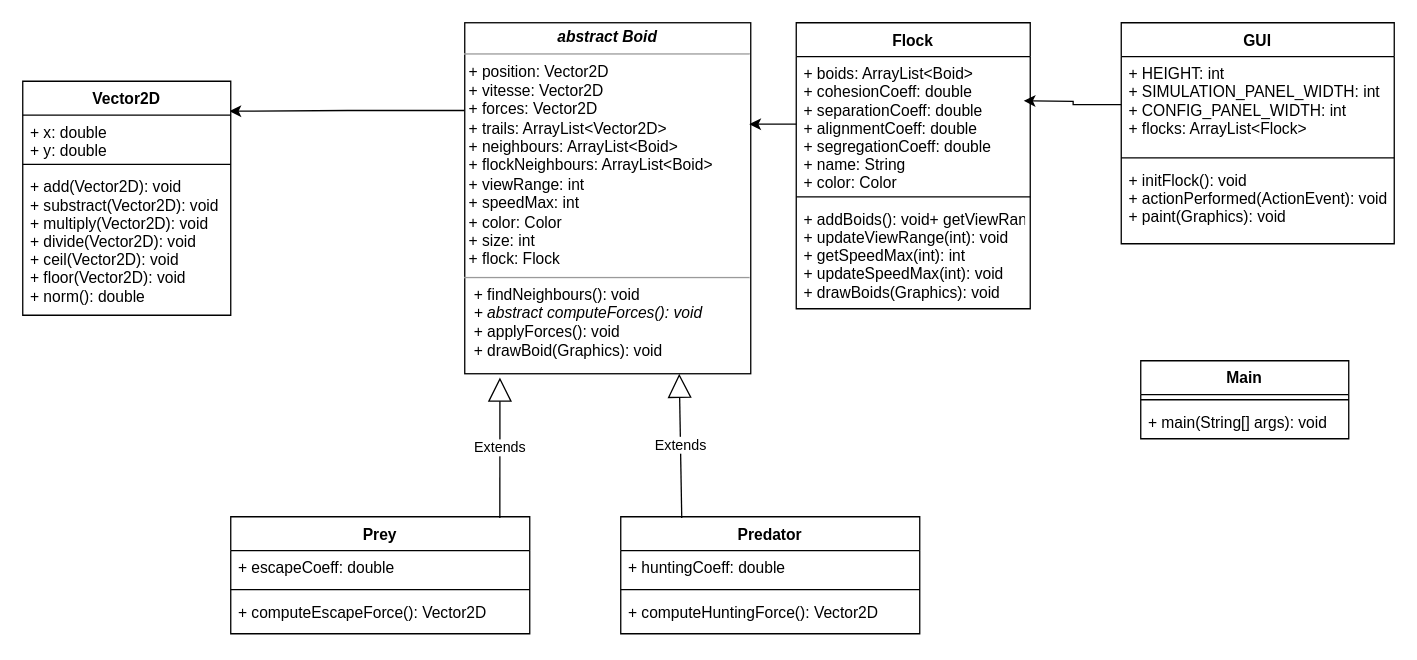
Before: UML.drawio in swan-maillard/INSA-2A-BandeOriganisee, a draw.io diagram. Source tidied: cells renumbered, new cells numbered last; positions are measured from the earlier drawing's top-left corner, leaving out a move shared by most shapes. Both pictures are drawn from the tidied source at 130%, with x=0, y=0 at pixel (22, 22).
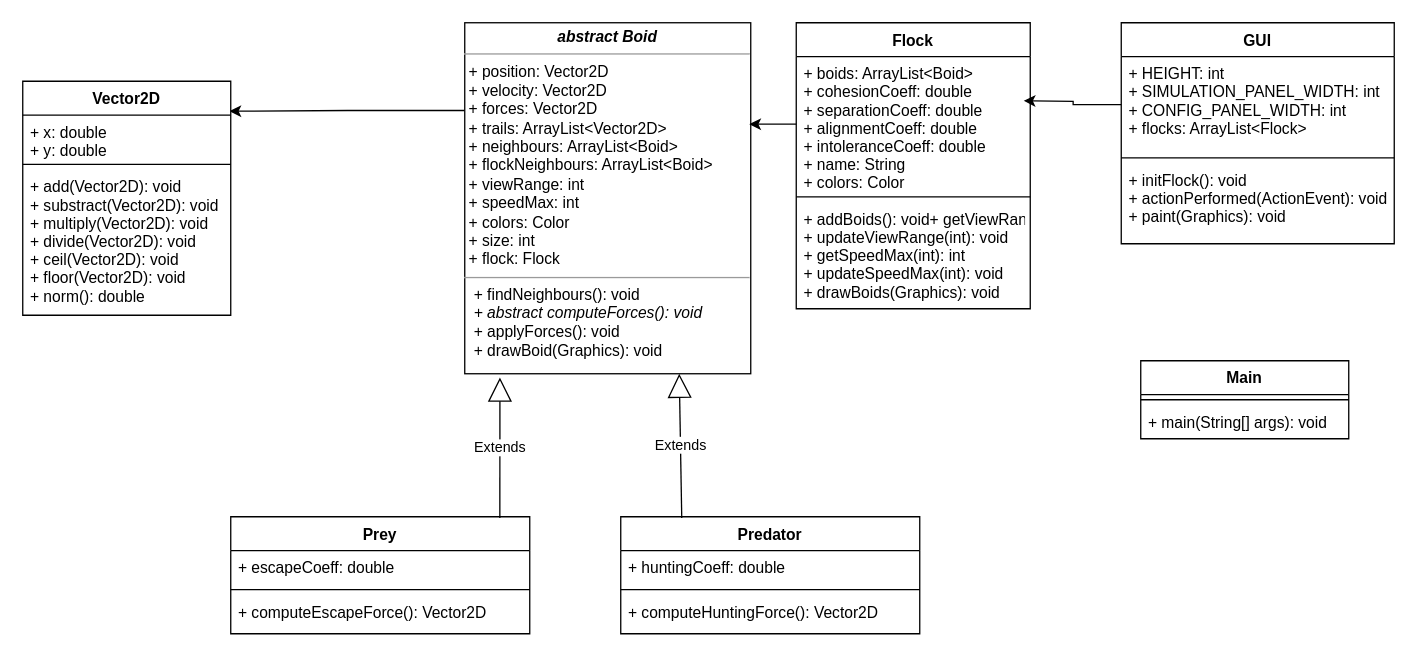
The same page after the edit.

The change refers to these unchanged cells:
```xml
<mxCell id="6" value="Flock" style="swimlane;fontStyle=1;align=center;verticalAlign=top;horizontal=1;startSize=26;" parent="1" vertex="1">
  <mxGeometry x="595" width="180" height="220" as="geometry" />
</mxCell>
```

Change to the diagram source:
```diff
@@
-    <mxCell id="7" value="+ boids: ArrayList&lt;Boid&gt;&#10;+ cohesionCoeff: double&#10;+ separationCoeff: double&#10;+ alignmentCoeff: double&#10;+ segregationCoeff: double&#10;+ name: String&#10;+ color: Color&#10;&#10;" style="text;strokeColor=none;fillColor=none;align=left;verticalAlign=top;spacingLeft=4;spacingRight=4;overflow=hidden;points=[[0,0.5],[1,0.5]];portConstraint=eastwest;" parent="6" vertex="1">
+    <mxCell id="7" value="+ boids: ArrayList&lt;Boid&gt;&#10;+ cohesionCoeff: double&#10;+ separationCoeff: double&#10;+ alignmentCoeff: double&#10;+ intoleranceCoeff: double&#10;+ name: String&#10;+ colors: Color&#10;&#10;" style="text;strokeColor=none;fillColor=none;align=left;verticalAlign=top;spacingLeft=4;spacingRight=4;overflow=hidden;points=[[0,0.5],[1,0.5]];portConstraint=eastwest;" parent="6" vertex="1">
       <mxGeometry y="26" width="180" height="104" as="geometry" />
     </mxCell>
@@
-    <mxCell id="18" value="&lt;p style=&quot;margin: 0px ; margin-top: 4px ; text-align: center&quot;&gt;&lt;i&gt;&lt;b&gt;abstract &lt;/b&gt;&lt;b&gt;Boid &lt;/b&gt;&lt;/i&gt;&lt;br&gt;&lt;/p&gt;&lt;hr size=&quot;1&quot;&gt;&lt;div&gt;&amp;nbsp;+ position: Vector2D&lt;br&gt;&lt;/div&gt;&lt;div&gt;&amp;nbsp;+ vitesse: Vector2D&lt;/div&gt;&lt;div&gt;&amp;nbsp;+ forces: Vector2D&lt;/div&gt;&lt;div&gt;&amp;nbsp;+ trails: ArrayList&amp;lt;Vector2D&amp;gt;&lt;br&gt;&lt;/div&gt;&lt;div&gt;&amp;nbsp;+ neighbours: ArrayList&amp;lt;Boid&amp;gt;&lt;/div&gt;&lt;div&gt;&amp;nbsp;+ flockNeighbours: ArrayList&amp;lt;Boid&amp;gt;&lt;/div&gt;&lt;div&gt;&amp;nbsp;+ viewRange: int&lt;br&gt;&lt;/div&gt;&lt;div&gt;&amp;nbsp;+ speedMax: int&lt;br&gt;&lt;/div&gt;&lt;div&gt;&amp;nbsp;+ color: Color&lt;/div&gt;&lt;div&gt;&amp;nbsp;+ size: int&lt;/div&gt;&lt;div&gt;&amp;nbsp;+ flock: Flock&lt;/div&gt;&lt;hr size=&quot;1&quot;&gt;&lt;p style=&quot;margin: 0px ; margin-left: 4px&quot;&gt;&amp;nbsp;+ findNeighbours(): void&lt;/p&gt;&lt;p style=&quot;margin: 0px ; margin-left: 4px&quot;&gt;&lt;i&gt;&amp;nbsp;+ abstract computeForces(): void&lt;/i&gt;&lt;/p&gt;&lt;p style=&quot;margin: 0px ; margin-left: 4px&quot;&gt;&amp;nbsp;+ applyForces(): void&lt;/p&gt;&lt;p style=&quot;margin: 0px ; margin-left: 4px&quot;&gt;&amp;nbsp;+ drawBoid(Graphics): void&lt;/p&gt;&lt;p style=&quot;margin: 0px ; margin-left: 4px&quot;&gt;&lt;br&gt;&lt;/p&gt;" style="verticalAlign=top;align=left;overflow=fill;fontSize=12;fontFamily=Helvetica;html=1;" parent="1" vertex="1">
+    <mxCell id="18" value="&lt;p style=&quot;margin: 0px ; margin-top: 4px ; text-align: center&quot;&gt;&lt;i&gt;&lt;b&gt;abstract &lt;/b&gt;&lt;b&gt;Boid &lt;/b&gt;&lt;/i&gt;&lt;br&gt;&lt;/p&gt;&lt;hr size=&quot;1&quot;&gt;&lt;div&gt;&amp;nbsp;+ position: Vector2D&lt;br&gt;&lt;/div&gt;&lt;div&gt;&amp;nbsp;+ velocity: Vector2D&lt;/div&gt;&lt;div&gt;&amp;nbsp;+ forces: Vector2D&lt;/div&gt;&lt;div&gt;&amp;nbsp;+ trails: ArrayList&amp;lt;Vector2D&amp;gt;&lt;br&gt;&lt;/div&gt;&lt;div&gt;&amp;nbsp;+ neighbours: ArrayList&amp;lt;Boid&amp;gt;&lt;/div&gt;&lt;div&gt;&amp;nbsp;+ flockNeighbours: ArrayList&amp;lt;Boid&amp;gt;&lt;/div&gt;&lt;div&gt;&amp;nbsp;+ viewRange: int&lt;br&gt;&lt;/div&gt;&lt;div&gt;&amp;nbsp;+ speedMax: int&lt;br&gt;&lt;/div&gt;&lt;div&gt;&amp;nbsp;+ colors: Color&lt;/div&gt;&lt;div&gt;&amp;nbsp;+ size: int&lt;/div&gt;&lt;div&gt;&amp;nbsp;+ flock: Flock&lt;/div&gt;&lt;hr size=&quot;1&quot;&gt;&lt;p style=&quot;margin: 0px ; margin-left: 4px&quot;&gt;&amp;nbsp;+ findNeighbours(): void&lt;/p&gt;&lt;p style=&quot;margin: 0px ; margin-left: 4px&quot;&gt;&lt;i&gt;&amp;nbsp;+ abstract computeForces(): void&lt;/i&gt;&lt;/p&gt;&lt;p style=&quot;margin: 0px ; margin-left: 4px&quot;&gt;&amp;nbsp;+ applyForces(): void&lt;/p&gt;&lt;p style=&quot;margin: 0px ; margin-left: 4px&quot;&gt;&amp;nbsp;+ drawBoid(Graphics): void&lt;/p&gt;&lt;p style=&quot;margin: 0px ; margin-left: 4px&quot;&gt;&lt;br&gt;&lt;/p&gt;" style="verticalAlign=top;align=left;overflow=fill;fontSize=12;fontFamily=Helvetica;html=1;" parent="1" vertex="1">
       <mxGeometry x="340" width="220" height="270" as="geometry" />
     </mxCell>
```
